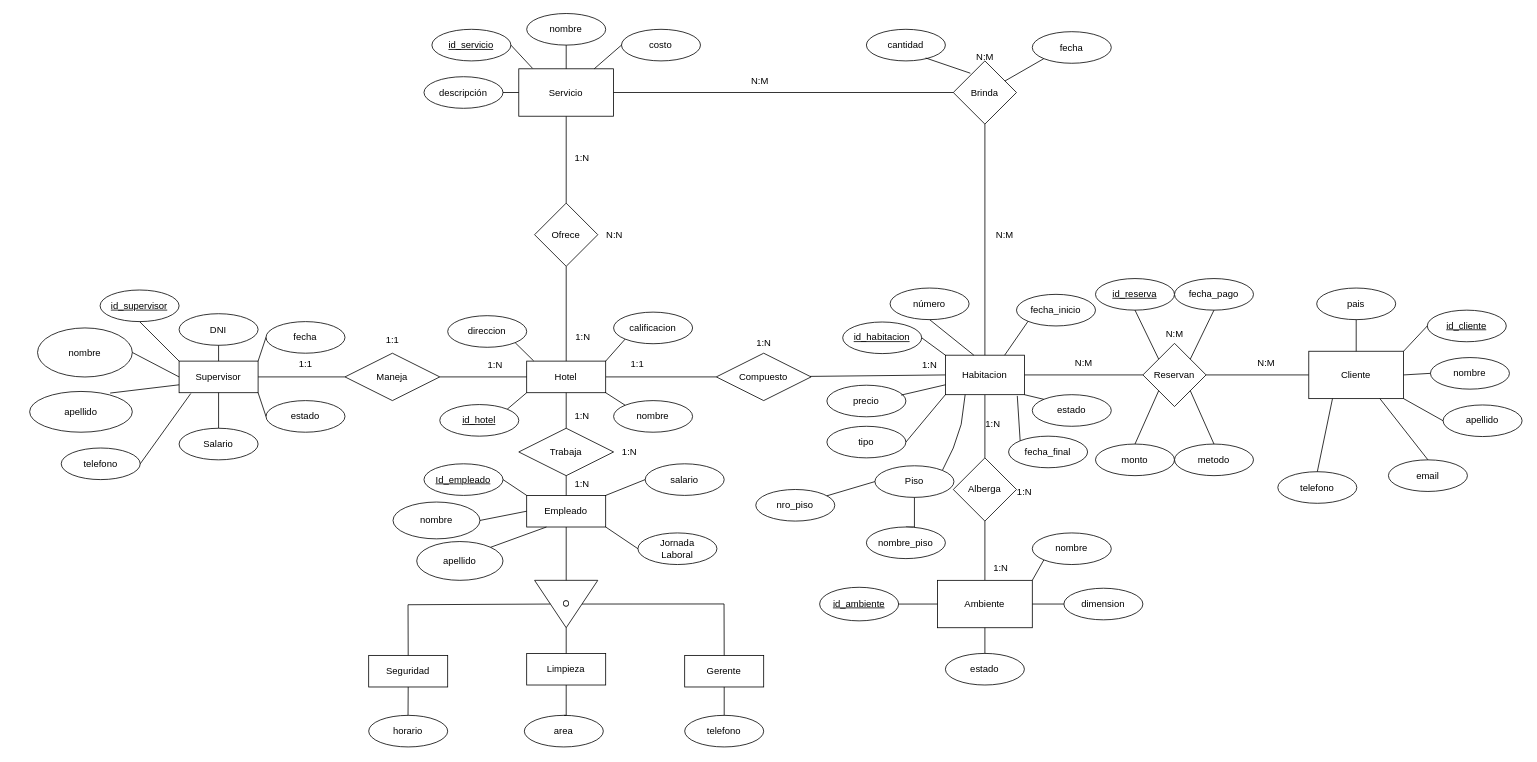
Before: page "Entidad Relacion" (1 of 2) of DER.drawio in Crove7/BaseDeDatos, a draw.io diagram. Source tidied: cells renumbered, new cells numbered last; positions are measured from the earlier drawing's top-left corner, leaving out a move shared by most shapes. Both pictures are drawn from the tidied source at 79%, with x=0, y=0 at pixel (29, 13).
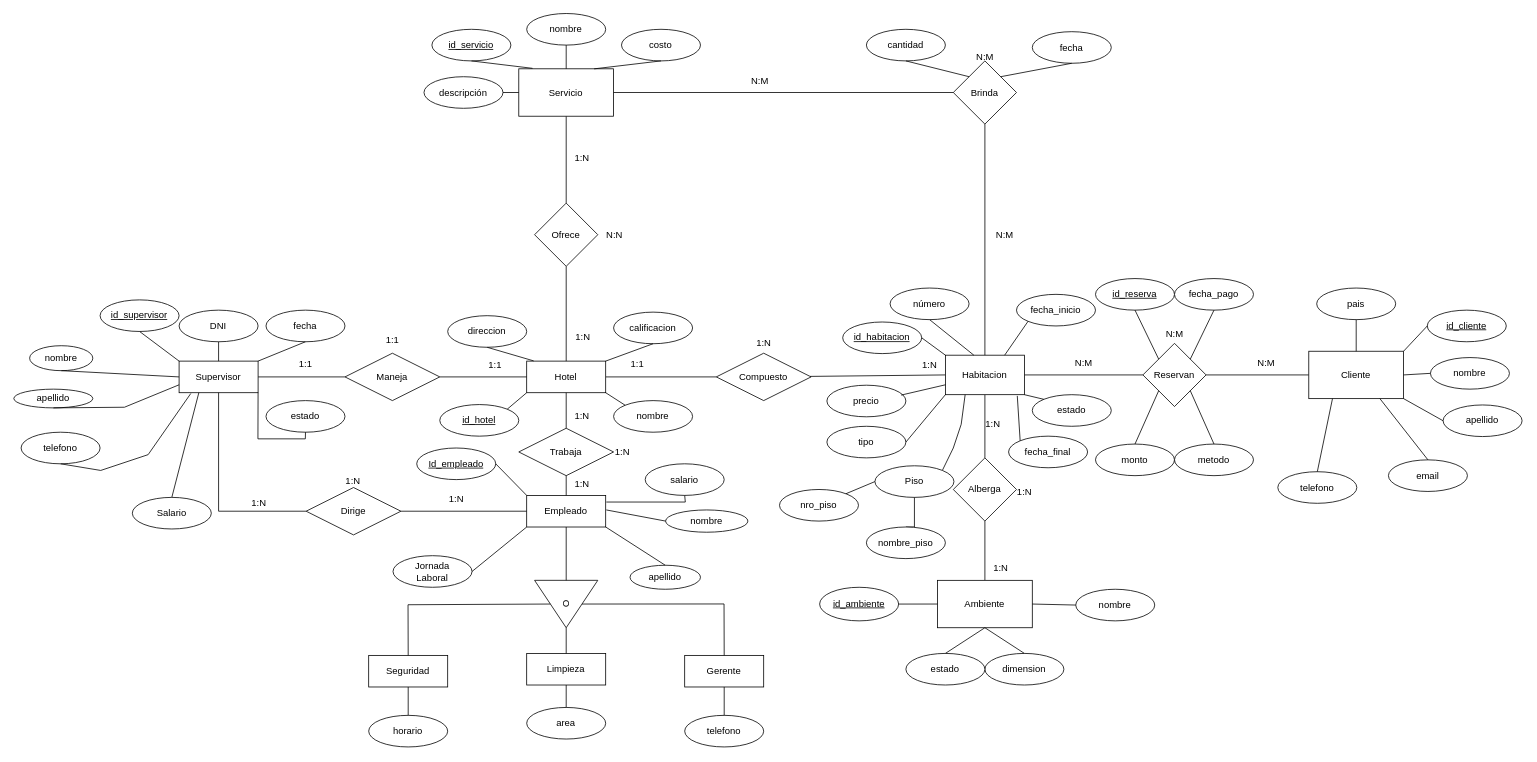
The same diagram, later.

The change refers to these unchanged cells:
```xml
<mxCell id="3" value="Supervisor" style="whiteSpace=wrap;html=1;align=center;" parent="1" vertex="1">
  <mxGeometry x="189.2" y="439.6" width="100" height="40" as="geometry" />
</mxCell>
<mxCell id="5" value="Hotel" style="whiteSpace=wrap;html=1;align=center;" parent="1" vertex="1">
  <mxGeometry x="629.2" y="439.6" width="100" height="40" as="geometry" />
</mxCell>
<mxCell id="17" value="Empleado" style="whiteSpace=wrap;html=1;align=center;" parent="1" vertex="1">
  <mxGeometry x="629.2" y="609.6" width="100" height="40" as="geometry" />
</mxCell>
<mxCell id="22" value="Seguridad" style="whiteSpace=wrap;html=1;align=center;" parent="1" vertex="1">
  <mxGeometry x="429.2" y="812.1" width="100" height="40" as="geometry" />
</mxCell>
<mxCell id="41" value="Servicio" style="whiteSpace=wrap;html=1;" parent="1" vertex="1">
  <mxGeometry x="619.2" y="69.6" width="120" height="60" as="geometry" />
</mxCell>
<mxCell id="42" value="Brinda" style="rhombus;whiteSpace=wrap;html=1;" parent="1" vertex="1">
  <mxGeometry x="1169.2" y="59.6" width="80" height="80" as="geometry" />
</mxCell>
<mxCell id="68" value="salario" style="ellipse;whiteSpace=wrap;html=1;align=center;" parent="1" vertex="1">
  <mxGeometry x="779.2" y="569.6" width="100" height="40" as="geometry" />
</mxCell>
<mxCell id="82" value="direccion" style="ellipse;whiteSpace=wrap;html=1;align=center;" parent="1" vertex="1">
  <mxGeometry x="529.2" y="382.1" width="100" height="40" as="geometry" />
</mxCell>
<mxCell id="86" value="cantidad" style="ellipse;whiteSpace=wrap;html=1;align=center;" parent="1" vertex="1">
  <mxGeometry x="1059.2" y="19.6" width="100" height="40" as="geometry" />
</mxCell>
<mxCell id="87" value="fecha" style="ellipse;whiteSpace=wrap;html=1;align=center;" parent="1" vertex="1">
  <mxGeometry x="1269.2" y="22.6" width="100" height="40" as="geometry" />
</mxCell>
<mxCell id="90" value="id_servicio" style="ellipse;whiteSpace=wrap;html=1;align=center;fontStyle=4;" parent="1" vertex="1">
  <mxGeometry x="509.2" y="19.6" width="100" height="40" as="geometry" />
</mxCell>
<mxCell id="92" value="costo" style="ellipse;whiteSpace=wrap;html=1;align=center;" parent="1" vertex="1">
  <mxGeometry x="749.2" y="19.6" width="100" height="40" as="geometry" />
</mxCell>
<mxCell id="110" value="estado" style="ellipse;whiteSpace=wrap;html=1;align=center;" parent="1" vertex="1">
  <mxGeometry x="299.2" y="489.6" width="100" height="40" as="geometry" />
</mxCell>
<mxCell id="116" value="&lt;span style=&quot;text-align: left;&quot;&gt;calificacion&lt;/span&gt;" style="ellipse;whiteSpace=wrap;html=1;align=center;" parent="1" vertex="1">
  <mxGeometry x="739.2" y="377.6" width="100" height="40" as="geometry" />
</mxCell>
<mxCell id="120" value="Ambiente" style="whiteSpace=wrap;html=1;" parent="1" vertex="1">
  <mxGeometry x="1149.2" y="717.1" width="120" height="60" as="geometry" />
</mxCell>
<mxCell id="152" value="horario" style="ellipse;whiteSpace=wrap;html=1;align=center;" parent="1" vertex="1">
  <mxGeometry x="429.2" y="888" width="100" height="40" as="geometry" />
</mxCell>
```

What changed in the source:
```diff
@@
-    <mxCell id="10" value="1:N" style="text;html=1;align=center;verticalAlign=middle;strokeColor=none;fillColor=none;" parent="1" vertex="1">
+    <mxCell id="10" value="1:1" style="text;html=1;align=center;verticalAlign=middle;strokeColor=none;fillColor=none;" parent="1" vertex="1">
       <mxGeometry x="569.2" y="429.6" width="40" height="30" as="geometry" />
     </mxCell>
@@
     <mxCell id="31" value="1:N" style="text;html=1;align=center;verticalAlign=middle;strokeColor=none;fillColor=none;" parent="1" vertex="1">
-      <mxGeometry x="739.2" y="539.6" width="40" height="30" as="geometry" />
+      <mxGeometry x="730" y="539.6" width="40" height="30" as="geometry" />
     </mxCell>
@@
     <mxCell id="66" value="Id_empleado" style="ellipse;whiteSpace=wrap;html=1;align=center;fontStyle=4;" parent="1" vertex="1">
-      <mxGeometry x="499.2" y="569.6" width="100" height="40" as="geometry" />
+      <mxGeometry x="490" y="549.6" width="100" height="40" as="geometry" />
     </mxCell>
     <mxCell id="67" value="nombre" style="ellipse;whiteSpace=wrap;html=1;align=center;" parent="1" vertex="1">
-      <mxGeometry x="460" y="618" width="110" height="46.6" as="geometry" />
+      <mxGeometry x="805" y="628" width="104.2" height="28.2" as="geometry" />
     </mxCell>
@@
-    <mxCell id="69" style="endArrow=none;html=1;rounded=0;entryX=0;entryY=0.5;entryDx=0;entryDy=0;exitX=1;exitY=0;exitDx=0;exitDy=0;" parent="1" edge="1" source="17" target="68">
-      <mxGeometry relative="1" as="geometry" />
+    <mxCell id="69" style="endArrow=none;html=1;rounded=0;entryX=0.5;entryY=1;entryDx=0;entryDy=0;" parent="1" edge="1" target="68">
+      <mxGeometry relative="1" as="geometry">
+        <mxPoint x="730" y="618" as="sourcePoint" />
+        <Array as="points">
+          <mxPoint x="830" y="618" />
+        </Array>
+      </mxGeometry>
     </mxCell>
@@
-    <mxCell id="71" style="endArrow=none;html=1;rounded=0;exitX=1;exitY=0.5;exitDx=0;exitDy=0;entryX=0;entryY=0.5;entryDx=0;entryDy=0;" parent="1" edge="1" source="67" target="17">
-      <mxGeometry relative="1" as="geometry" />
+    <mxCell id="71" style="endArrow=none;html=1;rounded=0;exitX=0;exitY=0.5;exitDx=0;exitDy=0;" parent="1" edge="1" source="67">
+      <mxGeometry relative="1" as="geometry">
+        <mxPoint x="730" y="628" as="targetPoint" />
+      </mxGeometry>
     </mxCell>
@@
-    <mxCell id="85" style="endArrow=none;html=1;rounded=0;entryX=1;entryY=1;entryDx=0;entryDy=0;exitX=0.088;exitY=-0.007;exitDx=0;exitDy=0;exitPerimeter=0;" parent="1" edge="1" source="5" target="82">
+    <mxCell id="85" style="endArrow=none;html=1;rounded=0;entryX=0.5;entryY=1;entryDx=0;entryDy=0;exitX=0.088;exitY=-0.007;exitDx=0;exitDy=0;exitPerimeter=0;" parent="1" edge="1" source="5" target="82">
       <mxGeometry relative="1" as="geometry" />
     </mxCell>
@@
-    <mxCell id="88" style="endArrow=none;html=1;rounded=0;entryX=0;entryY=1;entryDx=0;entryDy=0;" parent="1" edge="1" source="42" target="87">
+    <mxCell id="88" style="endArrow=none;html=1;rounded=0;entryX=0.5;entryY=1;entryDx=0;entryDy=0;exitX=1;exitY=0;exitDx=0;exitDy=0;" parent="1" edge="1" source="42" target="87">
       <mxGeometry relative="1" as="geometry" />
     </mxCell>
-    <mxCell id="89" style="endArrow=none;html=1;rounded=0;entryX=0.75;entryY=0.907;entryDx=0;entryDy=0;entryPerimeter=0;exitX=0.27;exitY=0.195;exitDx=0;exitDy=0;exitPerimeter=0;" parent="1" edge="1" source="42" target="86">
+    <mxCell id="89" style="endArrow=none;html=1;rounded=0;entryX=0.5;entryY=1;entryDx=0;entryDy=0;exitX=0;exitY=0;exitDx=0;exitDy=0;" parent="1" edge="1" source="42" target="86">
       <mxGeometry relative="1" as="geometry" />
     </mxCell>
@@
-    <mxCell id="95" style="endArrow=none;html=1;rounded=0;entryX=1;entryY=0.5;entryDx=0;entryDy=0;exitX=0.145;exitY=-0.01;exitDx=0;exitDy=0;exitPerimeter=0;" parent="1" edge="1" source="41" target="90">
+    <mxCell id="95" style="endArrow=none;html=1;rounded=0;entryX=0.5;entryY=1;entryDx=0;entryDy=0;exitX=0.145;exitY=-0.01;exitDx=0;exitDy=0;exitPerimeter=0;" parent="1" edge="1" source="41" target="90">
       <mxGeometry relative="1" as="geometry" />
     </mxCell>
-    <mxCell id="96" style="endArrow=none;html=1;rounded=0;entryX=0;entryY=0.5;entryDx=0;entryDy=0;exitX=0.795;exitY=0.001;exitDx=0;exitDy=0;exitPerimeter=0;" parent="1" edge="1" source="41" target="92">
+    <mxCell id="96" style="endArrow=none;html=1;rounded=0;entryX=0.5;entryY=1;entryDx=0;entryDy=0;exitX=0.795;exitY=0.001;exitDx=0;exitDy=0;exitPerimeter=0;" parent="1" edge="1" source="41" target="92">
       <mxGeometry relative="1" as="geometry" />
     </mxCell>
@@
     <mxCell id="103" value="id_supervisor" style="ellipse;whiteSpace=wrap;html=1;align=center;fontStyle=4;" parent="1" vertex="1">
-      <mxGeometry x="89.2" y="349.6" width="100" height="40" as="geometry" />
+      <mxGeometry x="89.2" y="362.1" width="100" height="40" as="geometry" />
     </mxCell>
     <mxCell id="104" value="telefono" style="ellipse;whiteSpace=wrap;html=1;align=center;" parent="1" vertex="1">
-      <mxGeometry x="40" y="549.6" width="100" height="40" as="geometry" />
+      <mxGeometry x="-10.8" y="529.6" width="100" height="40" as="geometry" />
     </mxCell>
     <mxCell id="105" value="DNI" style="ellipse;whiteSpace=wrap;html=1;align=center;" parent="1" vertex="1">
-      <mxGeometry x="189.2" y="379.6" width="100" height="40" as="geometry" />
+      <mxGeometry x="189.2" y="375.1" width="100" height="40" as="geometry" />
     </mxCell>
@@
-    <mxCell id="107" style="endArrow=none;html=1;rounded=0;entryX=1;entryY=0.5;entryDx=0;entryDy=0;exitX=0.148;exitY=1.025;exitDx=0;exitDy=0;exitPerimeter=0;" parent="1" edge="1" source="3" target="104">
-      <mxGeometry relative="1" as="geometry" />
+    <mxCell id="107" style="endArrow=none;html=1;rounded=0;entryX=0.5;entryY=1;entryDx=0;entryDy=0;exitX=0.148;exitY=1.025;exitDx=0;exitDy=0;exitPerimeter=0;" parent="1" edge="1" source="3" target="104">
+      <mxGeometry relative="1" as="geometry">
+        <Array as="points">
+          <mxPoint x="150" y="558" />
+          <mxPoint x="90" y="578" />
+        </Array>
+      </mxGeometry>
     </mxCell>
@@
     <mxCell id="109" value="fecha" style="ellipse;whiteSpace=wrap;html=1;align=center;" parent="1" vertex="1">
-      <mxGeometry x="299.2" y="389.6" width="100" height="40" as="geometry" />
+      <mxGeometry x="299.2" y="375.1" width="100" height="40" as="geometry" />
     </mxCell>
@@
-    <mxCell id="111" style="endArrow=none;html=1;rounded=0;entryX=0;entryY=0.5;entryDx=0;entryDy=0;exitX=1;exitY=0;exitDx=0;exitDy=0;" parent="1" edge="1" source="3" target="109">
+    <mxCell id="111" style="endArrow=none;html=1;rounded=0;entryX=0.5;entryY=1;entryDx=0;entryDy=0;exitX=1;exitY=0;exitDx=0;exitDy=0;" parent="1" edge="1" source="3" target="109">
       <mxGeometry relative="1" as="geometry" />
     </mxCell>
-    <mxCell id="112" style="endArrow=none;html=1;rounded=0;entryX=1;entryY=1;entryDx=0;entryDy=0;exitX=0;exitY=0.5;exitDx=0;exitDy=0;" parent="1" edge="1" source="110" target="3">
-      <mxGeometry relative="1" as="geometry" />
+    <mxCell id="112" style="endArrow=none;html=1;rounded=0;entryX=1;entryY=1;entryDx=0;entryDy=0;exitX=0.5;exitY=1;exitDx=0;exitDy=0;" parent="1" edge="1" source="110" target="3">
+      <mxGeometry relative="1" as="geometry">
+        <Array as="points">
+          <mxPoint x="349" y="538" />
+          <mxPoint x="289" y="538" />
+        </Array>
+      </mxGeometry>
     </mxCell>
@@
-    <mxCell id="117" style="endArrow=none;html=1;rounded=0;entryX=1;entryY=0;entryDx=0;entryDy=0;exitX=0;exitY=1;exitDx=0;exitDy=0;" parent="1" edge="1" source="116" target="5">
+    <mxCell id="117" style="endArrow=none;html=1;rounded=0;entryX=1;entryY=0;entryDx=0;entryDy=0;exitX=0.5;exitY=1;exitDx=0;exitDy=0;" parent="1" edge="1" source="116" target="5">
       <mxGeometry relative="1" as="geometry" />
     </mxCell>
@@
     <mxCell id="122" value="nombre" style="ellipse;whiteSpace=wrap;html=1;align=center;" parent="1" vertex="1">
-      <mxGeometry x="1269.2" y="657.1" width="100" height="40" as="geometry" />
+      <mxGeometry x="1324.2" y="728.4" width="100" height="40" as="geometry" />
     </mxCell>
     <mxCell id="123" value="dimension" style="ellipse;whiteSpace=wrap;html=1;align=center;" parent="1" vertex="1">
-      <mxGeometry x="1309.2" y="727.1" width="100" height="40" as="geometry" />
+      <mxGeometry x="1209.2" y="809.6" width="100" height="40" as="geometry" />
     </mxCell>
-    <mxCell id="124" style="endArrow=none;html=1;rounded=0;entryX=0;entryY=1;entryDx=0;entryDy=0;exitX=1;exitY=0;exitDx=0;exitDy=0;" parent="1" edge="1" source="120" target="122">
+    <mxCell id="124" style="endArrow=none;html=1;rounded=0;entryX=0;entryY=0.5;entryDx=0;entryDy=0;exitX=1;exitY=0.5;exitDx=0;exitDy=0;" parent="1" edge="1" source="120" target="122">
       <mxGeometry relative="1" as="geometry" />
     </mxCell>
@@
-    <mxCell id="126" style="endArrow=none;html=1;rounded=0;exitX=1;exitY=0.5;exitDx=0;exitDy=0;entryX=0;entryY=0.5;entryDx=0;entryDy=0;" parent="1" edge="1" source="120" target="123">
+    <mxCell id="126" style="endArrow=none;html=1;rounded=0;exitX=0.5;exitY=1;exitDx=0;exitDy=0;entryX=0.5;entryY=0;entryDx=0;entryDy=0;" parent="1" edge="1" source="120" target="123">
       <mxGeometry relative="1" as="geometry" />
     </mxCell>
     <mxCell id="127" value="estado" style="ellipse;whiteSpace=wrap;html=1;align=center;" parent="1" vertex="1">
-      <mxGeometry x="1159.2" y="809.6" width="100" height="40" as="geometry" />
+      <mxGeometry x="1109.2" y="809.6" width="100" height="40" as="geometry" />
     </mxCell>
@@
     <mxCell id="132" value="Jornada&lt;div&gt;Laboral&lt;/div&gt;" style="ellipse;whiteSpace=wrap;html=1;align=center;" parent="1" vertex="1">
-      <mxGeometry x="770" y="657.1" width="100" height="40" as="geometry" />
+      <mxGeometry x="460" y="685.9" width="100" height="40" as="geometry" />
     </mxCell>
-    <mxCell id="133" style="endArrow=none;html=1;rounded=0;entryX=0;entryY=0.5;entryDx=0;entryDy=0;exitX=1;exitY=1;exitDx=0;exitDy=0;" parent="1" edge="1" source="17" target="132">
+    <mxCell id="133" style="endArrow=none;html=1;rounded=0;entryX=1;entryY=0.5;entryDx=0;entryDy=0;exitX=0;exitY=1;exitDx=0;exitDy=0;" parent="1" edge="1" source="17" target="132">
       <mxGeometry relative="1" as="geometry" />
     </mxCell>
@@
-    <mxCell id="141" style="edgeStyle=orthogonalEdgeStyle;rounded=0;jettySize=auto;html=1;exitX=0.5;exitY=0;exitDx=0;exitDy=0;entryX=0.5;entryY=1;entryDx=0;entryDy=0;endArrow=none;endFill=0;" parent="1" edge="1" source="142" target="3">
+    <mxCell id="141" style="rounded=0;jettySize=auto;html=1;exitX=0.5;exitY=0;exitDx=0;exitDy=0;entryX=0.25;entryY=1;entryDx=0;entryDy=0;endArrow=none;endFill=0;" parent="1" edge="1" source="142" target="3">
       <mxGeometry relative="1" as="geometry" />
     </mxCell>
     <mxCell id="142" value="Salario" style="ellipse;whiteSpace=wrap;html=1;align=center;" parent="1" vertex="1">
-      <mxGeometry x="189.2" y="524.6" width="100" height="40" as="geometry" />
+      <mxGeometry x="130" y="612.1" width="100" height="40" as="geometry" />
     </mxCell>
     <mxCell id="143" value="nro_piso" style="ellipse;whiteSpace=wrap;html=1;align=center;" parent="1" vertex="1">
-      <mxGeometry x="919.2" y="602.1" width="100" height="40" as="geometry" />
+      <mxGeometry x="949.2" y="602.1" width="100" height="40" as="geometry" />
     </mxCell>
@@
     <mxCell id="146" value="apellido" style="ellipse;whiteSpace=wrap;html=1;align=center;" parent="1" vertex="1">
-      <mxGeometry x="490" y="668" width="109.2" height="49.1" as="geometry" />
+      <mxGeometry x="760" y="698" width="89.2" height="30.4" as="geometry" />
     </mxCell>
-    <mxCell id="147" style="endArrow=none;html=1;rounded=0;exitX=1;exitY=0;exitDx=0;exitDy=0;entryX=0.25;entryY=1;entryDx=0;entryDy=0;" parent="1" edge="1" source="146" target="17">
+    <mxCell id="147" style="endArrow=none;html=1;rounded=0;exitX=0.5;exitY=0;exitDx=0;exitDy=0;entryX=1;entryY=1;entryDx=0;entryDy=0;" parent="1" edge="1" source="146" target="17">
       <mxGeometry relative="1" as="geometry" />
     </mxCell>
     <mxCell id="148" value="nombre" style="ellipse;whiteSpace=wrap;html=1;align=center;" parent="1" vertex="1">
-      <mxGeometry x="10" y="397.6" width="120" height="62.1" as="geometry" />
+      <mxGeometry y="420.1" width="80" height="31.6" as="geometry" />
     </mxCell>
     <mxCell id="149" value="apellido" style="ellipse;whiteSpace=wrap;html=1;align=center;" parent="1" vertex="1">
-      <mxGeometry y="478" width="130" height="51.6" as="geometry" />
+      <mxGeometry x="-20" y="475.1" width="100" height="23.7" as="geometry" />
     </mxCell>
-    <mxCell id="150" style="endArrow=none;html=1;rounded=0;entryX=1;entryY=0.5;entryDx=0;entryDy=0;exitX=0;exitY=0.5;exitDx=0;exitDy=0;" parent="1" edge="1" source="3" target="148">
+    <mxCell id="150" style="endArrow=none;html=1;rounded=0;entryX=0.5;entryY=1;entryDx=0;entryDy=0;exitX=0;exitY=0.5;exitDx=0;exitDy=0;" parent="1" edge="1" source="3" target="148">
       <mxGeometry relative="1" as="geometry" />
     </mxCell>
-    <mxCell id="151" style="endArrow=none;html=1;rounded=0;entryX=0.784;entryY=0.04;entryDx=0;entryDy=0;exitX=0;exitY=0.75;exitDx=0;exitDy=0;entryPerimeter=0;" parent="1" edge="1" source="3" target="149">
-      <mxGeometry relative="1" as="geometry" />
+    <mxCell id="151" style="endArrow=none;html=1;rounded=0;entryX=0.5;entryY=1;entryDx=0;entryDy=0;exitX=0;exitY=0.75;exitDx=0;exitDy=0;" parent="1" edge="1" source="3" target="149">
+      <mxGeometry relative="1" as="geometry">
+        <Array as="points">
+          <mxPoint x="120" y="498" />
+        </Array>
+      </mxGeometry>
     </mxCell>
@@
     <mxCell id="153" value="area" style="ellipse;whiteSpace=wrap;html=1;align=center;" parent="1" vertex="1">
-      <mxGeometry x="626.2" y="888" width="100" height="40" as="geometry" />
+      <mxGeometry x="629.2" y="878" width="100" height="40" as="geometry" />
     </mxCell>
@@
-    <mxCell id="155" style="edgeStyle=orthogonalEdgeStyle;rounded=0;jettySize=auto;html=1;entryX=0.5;entryY=1;entryDx=0;entryDy=0;endArrow=none;endFill=0;" parent="1" edge="1" target="22">
-      <mxGeometry relative="1" as="geometry">
-        <mxPoint x="479" y="888" as="sourcePoint" />
-      </mxGeometry>
+    <mxCell id="155" style="edgeStyle=orthogonalEdgeStyle;rounded=0;jettySize=auto;html=1;entryX=0.5;entryY=1;entryDx=0;entryDy=0;endArrow=none;endFill=0;exitX=0.5;exitY=0;exitDx=0;exitDy=0;" parent="1" edge="1" source="152" target="22">
+      <mxGeometry relative="1" as="geometry" />
     </mxCell>
@@
+    <mxCell id="159" style="edgeStyle=orthogonalEdgeStyle;rounded=0;jettySize=auto;html=1;entryX=0;entryY=0.5;entryDx=0;entryDy=0;endArrow=none;endFill=0;" parent="1" edge="1" source="160" target="17">
+      <mxGeometry relative="1" as="geometry" />
+    </mxCell>
+    <mxCell id="160" value="Dirige" style="shape=rhombus;perimeter=rhombusPerimeter;whiteSpace=wrap;html=1;align=center;" parent="1" vertex="1">
+      <mxGeometry x="350" y="599.6" width="120" height="60" as="geometry" />
+    </mxCell>
+    <mxCell id="161" style="edgeStyle=orthogonalEdgeStyle;rounded=0;jettySize=auto;html=1;endArrow=none;endFill=0;exitX=0.5;exitY=1;exitDx=0;exitDy=0;entryX=0;entryY=0.5;entryDx=0;entryDy=0;" parent="1" edge="1" source="3" target="160">
+      <mxGeometry relative="1" as="geometry" />
+    </mxCell>
+    <mxCell id="162" value="1:N" style="text;html=1;align=center;verticalAlign=middle;strokeColor=none;fillColor=none;" parent="1" vertex="1">
+      <mxGeometry x="270" y="604.6" width="40" height="30" as="geometry" />
+    </mxCell>
+    <mxCell id="163" value="1:N" style="text;html=1;align=center;verticalAlign=middle;strokeColor=none;fillColor=none;" parent="1" vertex="1">
+      <mxGeometry x="520" y="599.6" width="40" height="30" as="geometry" />
+    </mxCell>
+    <mxCell id="164" value="1:N" style="text;html=1;align=center;verticalAlign=middle;strokeColor=none;fillColor=none;" parent="1" vertex="1">
+      <mxGeometry x="389.2" y="577.1" width="40" height="30" as="geometry" />
+    </mxCell>
```
